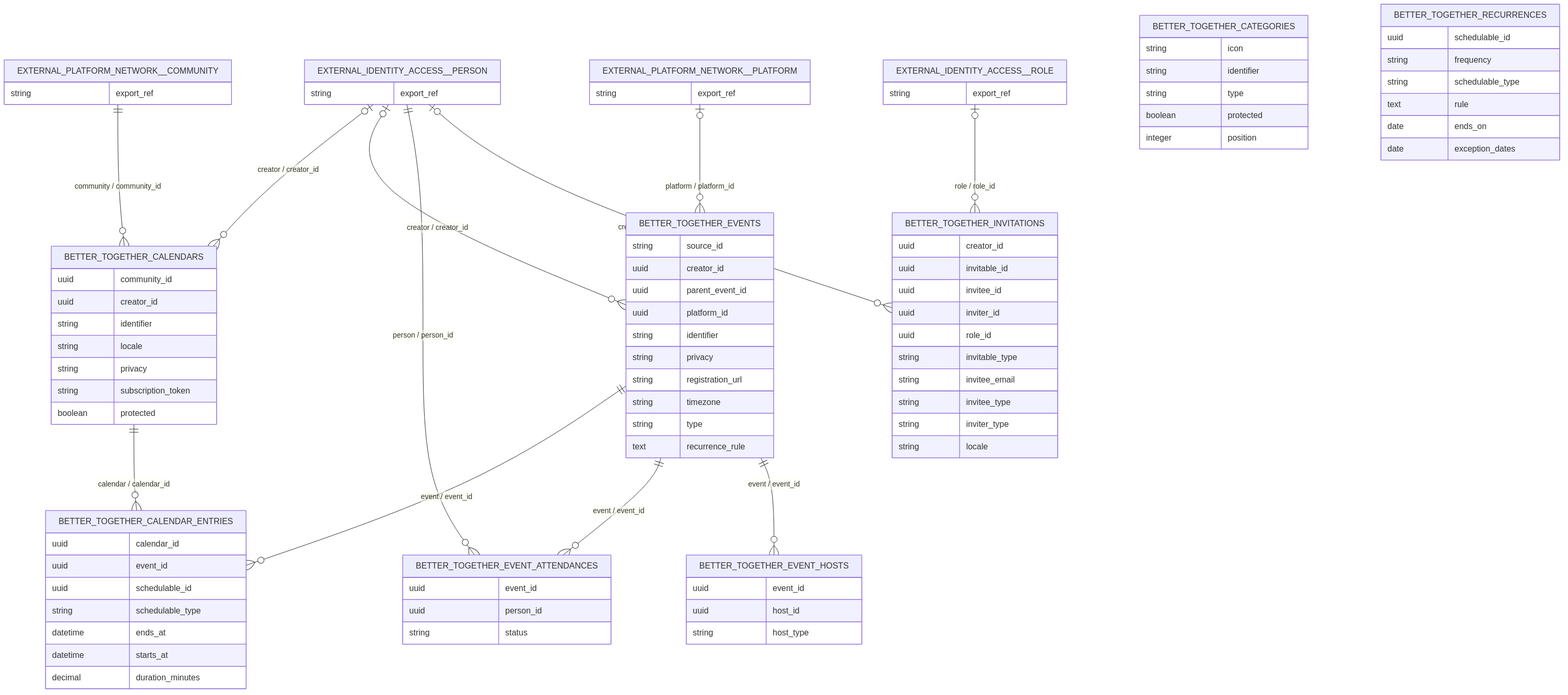
This is docs/diagrams/exports/png/ce_events_calendar_schema_erd.png from better-together-org/community-engine-rails, a Mermaid export, as it was before one commit. Its source is kept beside it as docs/diagrams/source/ce_events_calendar_schema_erd.mmd.
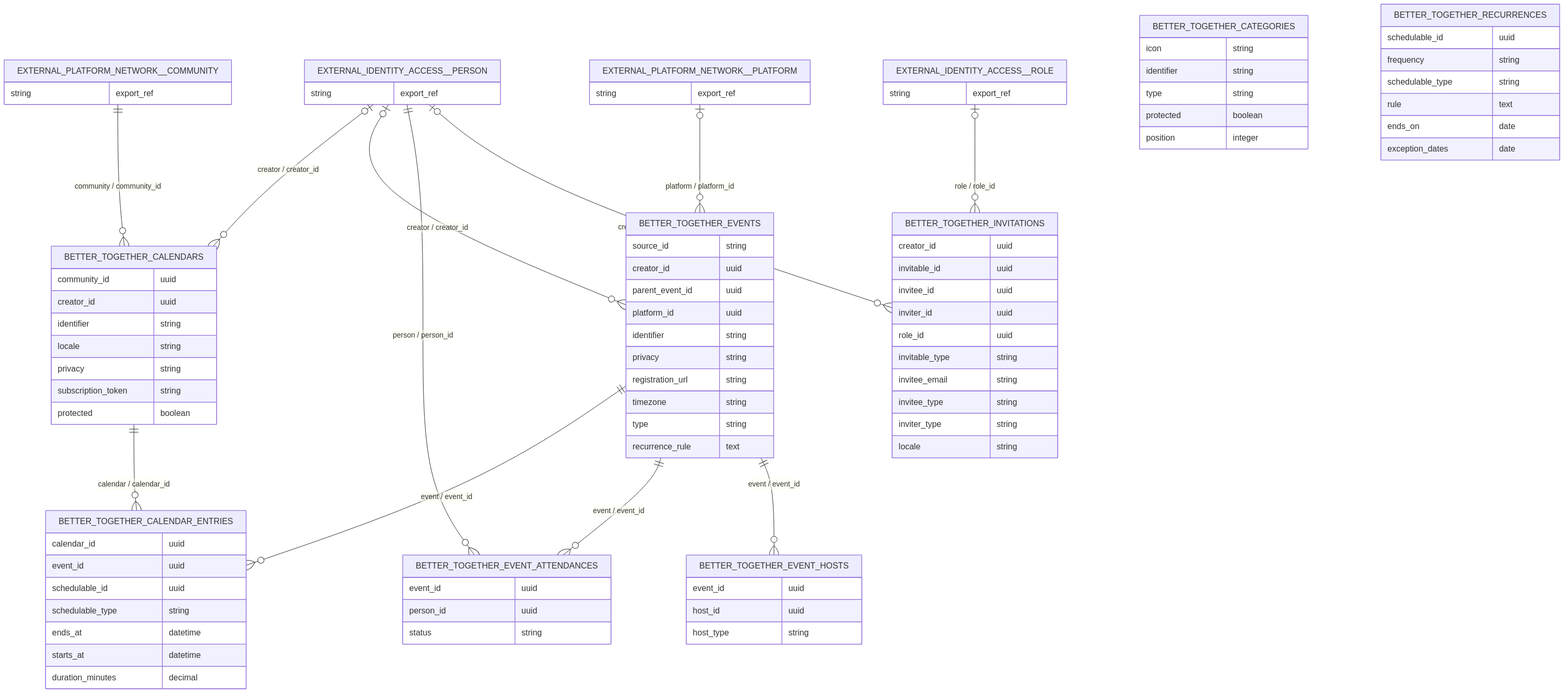
After the change.

What changed in the source:
```diff
@@ -12,78 +12,78 @@
   EXTERNAL_IDENTITY_ACCESS__ROLE o|--o{ BETTER_TOGETHER_INVITATIONS : "role / role_id"
 
   BETTER_TOGETHER_CALENDARS {
-    uuid community_id
-    uuid creator_id
-    string identifier
-    string locale
-    string privacy
-    string subscription_token
-    boolean protected
+    community_id uuid
+    creator_id uuid
+    identifier string
+    locale string
+    privacy string
+    subscription_token string
+    protected boolean
   }
 
   BETTER_TOGETHER_CALENDAR_ENTRIES {
-    uuid calendar_id
-    uuid event_id
-    uuid schedulable_id
-    string schedulable_type
-    datetime ends_at
-    datetime starts_at
-    decimal duration_minutes
+    calendar_id uuid
+    event_id uuid
+    schedulable_id uuid
+    schedulable_type string
+    ends_at datetime
+    starts_at datetime
+    duration_minutes decimal
   }
 
   BETTER_TOGETHER_EVENTS {
-    string source_id
-    uuid creator_id
-    uuid parent_event_id
-    uuid platform_id
-    string identifier
-    string privacy
-    string registration_url
-    string timezone
-    string type
-    text recurrence_rule
+    source_id string
+    creator_id uuid
+    parent_event_id uuid
+    platform_id uuid
+    identifier string
+    privacy string
+    registration_url string
+    timezone string
+    type string
+    recurrence_rule text
   }
 
   BETTER_TOGETHER_EVENT_ATTENDANCES {
-    uuid event_id
-    uuid person_id
-    string status
+    event_id uuid
+    person_id uuid
+    status string
   }
 
   BETTER_TOGETHER_CATEGORIES {
-    string icon
-    string identifier
-    string type
-    boolean protected
-    integer position
+    icon string
+    identifier string
+    type string
+    protected boolean
+    position integer
   }
 
   BETTER_TOGETHER_EVENT_HOSTS {
-    uuid event_id
-    uuid host_id
-    string host_type
+    event_id uuid
+    host_id uuid
+    host_type string
   }
 
   BETTER_TOGETHER_INVITATIONS {
-    uuid creator_id
-    uuid invitable_id
-    uuid invitee_id
-    uuid inviter_id
-    uuid role_id
-    string invitable_type
-    string invitee_email
-    string invitee_type
-    string inviter_type
-    string locale
+    creator_id uuid
+    invitable_id uuid
+    invitee_id uuid
+    inviter_id uuid
+    role_id uuid
+    invitable_type string
+    invitee_email string
+    invitee_type string
+    inviter_type string
+    locale string
   }
 
   BETTER_TOGETHER_RECURRENCES {
-    uuid schedulable_id
-    string frequency
-    string schedulable_type
-    text rule
-    date ends_on
-    date exception_dates
+    schedulable_id uuid
+    frequency string
+    schedulable_type string
+    rule text
+    ends_on date
+    exception_dates date
   }
 
   EXTERNAL_IDENTITY_ACCESS__PERSON {
```
